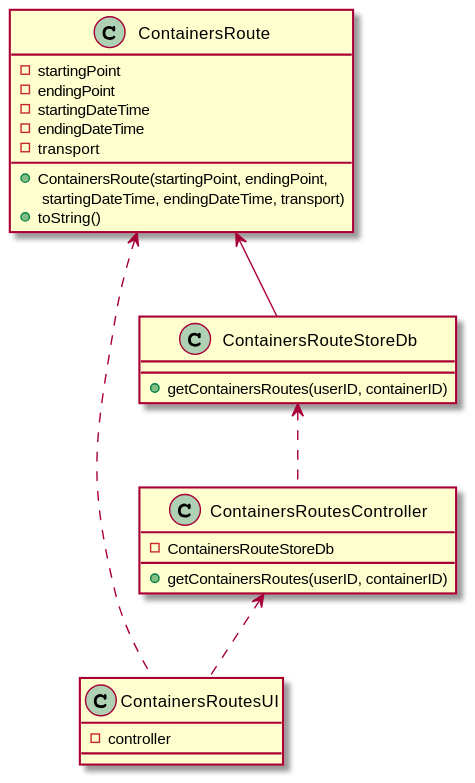
Above: docs/Sprint 3/US/US305/US305_CD.svg in 1190772/LAB-Project-3 (PlantUML), before the change.
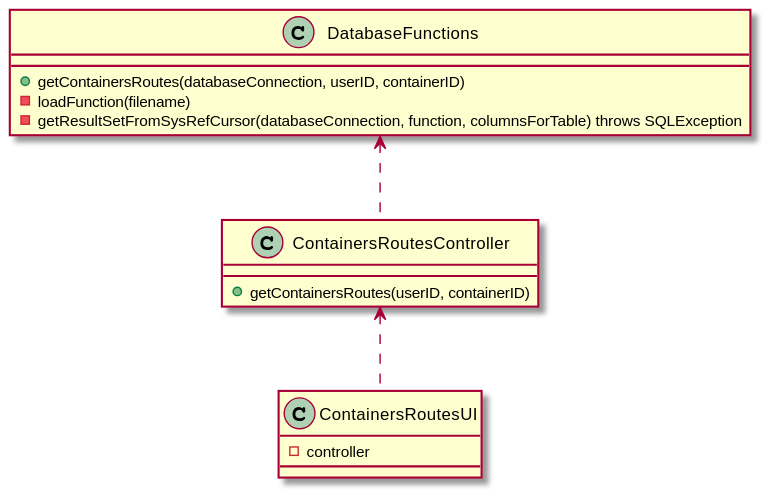
After the commit.

What changed in the source:
```diff
@@ -5,27 +5,18 @@
 }
 
 class ContainersRoutesController {
-- ContainersRouteStoreDb
 + getContainersRoutes(userID, containerID)
 }
 
-class ContainersRouteStoreDb {
-+ getContainersRoutes(userID, containerID)
+class DatabaseFunctions {
++ getContainersRoutes(databaseConnection, userID, containerID)
+- loadFunction(filename)
+- getResultSetFromSysRefCursor(databaseConnection, function, columnsForTable) throws SQLException
 }
 
-class ContainersRoute {
-- startingPoint
-- endingPoint
-- startingDateTime
-- endingDateTime
-- transport
-+ ContainersRoute(startingPoint, endingPoint,\n startingDateTime, endingDateTime, transport)
-+ toString()
-}
+
 
 ContainersRoutesController <.. ContainersRoutesUI
-ContainersRouteStoreDb <.. ContainersRoutesController
-ContainersRoute <-- ContainersRouteStoreDb
-ContainersRoute <.. ContainersRoutesUI
+DatabaseFunctions <.. ContainersRoutesController
 
 @enduml
```
